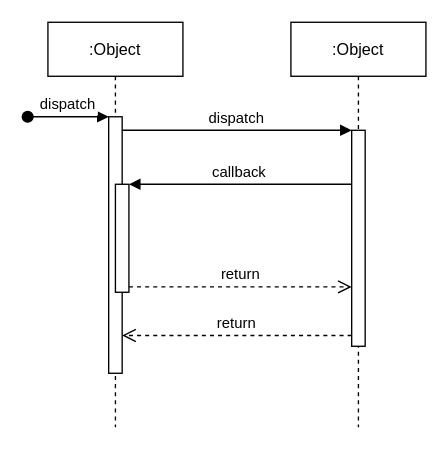
Earlier version of the draw.io diagram CHI-sample-sequence.drawio (ckibsen/StarCalc). Source tidied: cells renumbered, new cells numbered last; positions are measured from the earlier drawing's top-left corner, leaving out a move shared by most shapes. Both pictures are drawn from the tidied source at 135%, with x=0, y=0 at pixel (27, 22).
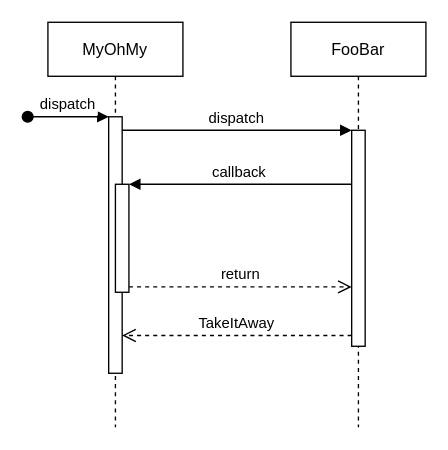
The same diagram, later.

Commit message:
Take One

What changed in the source:
```diff
@@
 <mxGraphModel>
   <root>
     <mxCell id="0" />
     <mxCell id="1" parent="0" />
-    <mxCell id="2" value=":Object" style="shape=umlLifeline;perimeter=lifelinePerimeter;rounded=0;shadow=0;strokeWidth=1;" parent="1" vertex="1">
+    <mxCell id="2" value="MyOhMy" style="shape=umlLifeline;perimeter=lifelinePerimeter;rounded=0;shadow=0;strokeWidth=1;" parent="1" vertex="1">
       <mxGeometry x="15" width="100" height="300" as="geometry" />
     </mxCell>
     <mxCell id="3" style="points=[];perimeter=orthogonalPerimeter;rounded=0;shadow=0;strokeWidth=1;" parent="2" vertex="1">
       <mxGeometry x="45" y="70" width="10" height="190" as="geometry" />
     </mxCell>
     <mxCell id="4" value="dispatch" style="verticalAlign=bottom;startArrow=oval;endArrow=block;startSize=8;shadow=0;strokeWidth=1;" parent="2" edge="1" target="3">
       <mxGeometry relative="1" as="geometry">
         <mxPoint x="-15" y="70" as="sourcePoint" />
       </mxGeometry>
     </mxCell>
     <mxCell id="5" style="points=[];perimeter=orthogonalPerimeter;rounded=0;shadow=0;strokeWidth=1;" parent="2" vertex="1">
       <mxGeometry x="50" y="120" width="10" height="80" as="geometry" />
     </mxCell>
-    <mxCell id="6" value=":Object" style="shape=umlLifeline;perimeter=lifelinePerimeter;rounded=0;shadow=0;strokeWidth=1;" parent="1" vertex="1">
+    <mxCell id="6" value="FooBar" style="shape=umlLifeline;perimeter=lifelinePerimeter;rounded=0;shadow=0;strokeWidth=1;" parent="1" vertex="1">
       <mxGeometry x="195" width="100" height="300" as="geometry" />
     </mxCell>
     <mxCell id="7" style="points=[];perimeter=orthogonalPerimeter;rounded=0;shadow=0;strokeWidth=1;" parent="6" vertex="1">
       <mxGeometry x="45" y="80" width="10" height="160" as="geometry" />
     </mxCell>
-    <mxCell id="8" value="return" style="verticalAlign=bottom;endArrow=open;dashed=1;endSize=8;exitX=0;exitY=0.95;shadow=0;strokeWidth=1;" parent="1" edge="1" source="7" target="3">
+    <mxCell id="8" value="TakeItAway" style="verticalAlign=bottom;endArrow=open;dashed=1;endSize=8;exitX=0;exitY=0.95;shadow=0;strokeWidth=1;" parent="1" edge="1" source="7" target="3">
       <mxGeometry relative="1" as="geometry" />
     </mxCell>
     <mxCell id="9" value="dispatch" style="verticalAlign=bottom;endArrow=block;entryX=0;entryY=0;shadow=0;strokeWidth=1;" parent="1" edge="1" source="3" target="7">
       <mxGeometry relative="1" as="geometry" />
     </mxCell>
     <mxCell id="10" value="callback" style="verticalAlign=bottom;endArrow=block;entryX=1;entryY=0;shadow=0;strokeWidth=1;" parent="1" edge="1" source="7" target="5">
       <mxGeometry relative="1" as="geometry" />
     </mxCell>
     <mxCell id="11" value="return" style="verticalAlign=bottom;endArrow=open;dashed=1;endSize=8;exitX=1;exitY=0.95;shadow=0;strokeWidth=1;" parent="1" edge="1" source="5" target="7">
       <mxGeometry relative="1" as="geometry" />
     </mxCell>
   </root>
 </mxGraphModel>
```
